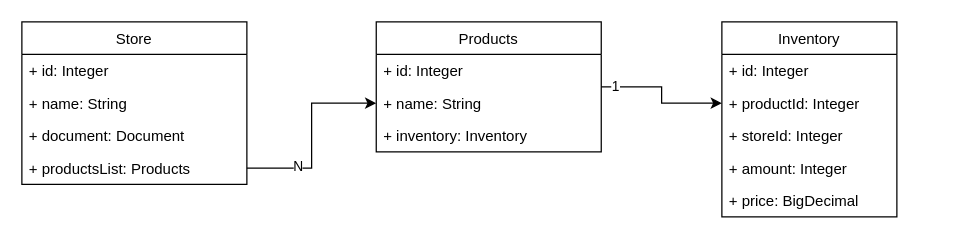
This is uml-diagram/csv-loader-class-diagram.drawio from LeoManzini/CsvLoader, a draw.io file, before an edit. Source tidied: cells renumbered, new cells numbered last; positions are measured from the earlier drawing's top-left corner, leaving out a move shared by most shapes. Both pictures are drawn from the tidied source at 125%, with x=0, y=0 at pixel (21, 21).
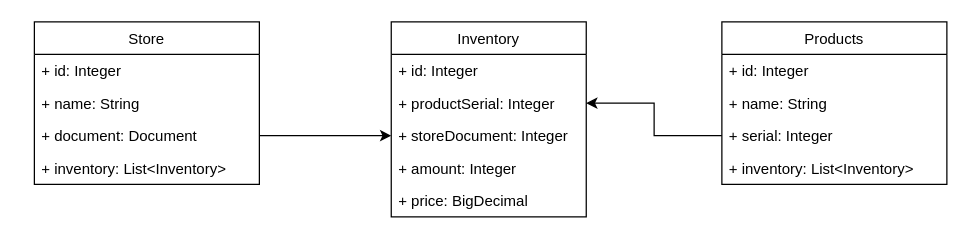
After the change.

The change refers to these unchanged cells:
```xml
<mxCell id="11" value="+ document: Document" style="text;strokeColor=none;fillColor=none;align=left;verticalAlign=top;spacingLeft=4;spacingRight=4;overflow=hidden;points=[[0,0.5],[1,0.5]];portConstraint=eastwest;" parent="8" vertex="1">
  <mxGeometry y="78" width="180" height="26" as="geometry" />
</mxCell>
<mxCell id="17" value="+ name: String" style="text;strokeColor=none;fillColor=none;align=left;verticalAlign=top;spacingLeft=4;spacingRight=4;overflow=hidden;points=[[0,0.5],[1,0.5]];portConstraint=eastwest;" parent="15" vertex="1">
  <mxGeometry y="52" width="180" height="26" as="geometry" />
</mxCell>
```

Diff of the diagram source:
```diff
@@
     <mxCell id="2" value="Inventory" style="swimlane;fontStyle=0;horizontal=1;startSize=26;fillColor=none;" parent="1" vertex="1">
-      <mxGeometry x="560" width="140" height="156" as="geometry" />
+      <mxGeometry x="295.5" width="156" height="156" as="geometry" />
     </mxCell>
     <mxCell id="3" value="+ id: Integer" style="text;strokeColor=none;fillColor=none;align=left;verticalAlign=top;spacingLeft=4;spacingRight=4;overflow=hidden;" parent="2" vertex="1">
-      <mxGeometry y="26" width="140" height="26" as="geometry" />
+      <mxGeometry y="26" width="156" height="26" as="geometry" />
     </mxCell>
-    <mxCell id="4" value="+ productId: Integer" style="text;strokeColor=none;fillColor=none;align=left;verticalAlign=top;spacingLeft=4;spacingRight=4;overflow=hidden;points=[[0,0.5],[1,0.5]];portConstraint=eastwest;" parent="2" vertex="1">
-      <mxGeometry y="52" width="140" height="26" as="geometry" />
+    <mxCell id="4" value="+ productSerial: Integer" style="text;strokeColor=none;fillColor=none;align=left;verticalAlign=top;spacingLeft=4;spacingRight=4;overflow=hidden;points=[[0,0.5],[1,0.5]];portConstraint=eastwest;" parent="2" vertex="1">
+      <mxGeometry y="52" width="156" height="26" as="geometry" />
     </mxCell>
-    <mxCell id="5" value="+ storeId: Integer" style="text;strokeColor=none;fillColor=none;align=left;verticalAlign=top;spacingLeft=4;spacingRight=4;overflow=hidden;points=[[0,0.5],[1,0.5]];portConstraint=eastwest;" parent="2" vertex="1">
-      <mxGeometry y="78" width="140" height="26" as="geometry" />
+    <mxCell id="5" value="+ storeDocument: Integer" style="text;strokeColor=none;fillColor=none;align=left;verticalAlign=top;spacingLeft=4;spacingRight=4;overflow=hidden;points=[[0,0.5],[1,0.5]];portConstraint=eastwest;" parent="2" vertex="1">
+      <mxGeometry y="78" width="156" height="26" as="geometry" />
     </mxCell>
     <mxCell id="6" value="+ amount: Integer" style="text;strokeColor=none;fillColor=none;align=left;verticalAlign=top;spacingLeft=4;spacingRight=4;overflow=hidden;" parent="2" vertex="1">
-      <mxGeometry y="104" width="140" height="26" as="geometry" />
+      <mxGeometry y="104" width="156" height="26" as="geometry" />
     </mxCell>
     <mxCell id="7" value="+ price: BigDecimal" style="text;strokeColor=none;fillColor=none;align=left;verticalAlign=top;spacingLeft=4;spacingRight=4;overflow=hidden;" parent="2" vertex="1">
-      <mxGeometry y="130" width="140" height="26" as="geometry" />
+      <mxGeometry y="130" width="156" height="26" as="geometry" />
     </mxCell>
     <mxCell id="8" value="Store" style="swimlane;fontStyle=0;horizontal=1;startSize=26;fillColor=none;" parent="1" vertex="1">
-      <mxGeometry width="180" height="130" as="geometry" />
+      <mxGeometry x="10" width="180" height="130" as="geometry" />
     </mxCell>
@@
-    <mxCell id="12" value="+ productsList: Products" style="text;strokeColor=none;fillColor=none;align=left;verticalAlign=top;spacingLeft=4;spacingRight=4;overflow=hidden;points=[[0,0.5],[1,0.5]];portConstraint=eastwest;" parent="8" vertex="1">
+    <mxCell id="12" value="+ inventory: List&lt;Inventory&gt;" style="text;strokeColor=none;fillColor=none;align=left;verticalAlign=top;spacingLeft=4;spacingRight=4;overflow=hidden;points=[[0,0.5],[1,0.5]];portConstraint=eastwest;" parent="8" vertex="1">
       <mxGeometry y="104" width="180" height="26" as="geometry" />
     </mxCell>
-    <mxCell id="13" style="edgeStyle=orthogonalEdgeStyle;rounded=0;jettySize=auto;html=1;entryX=0;entryY=0.5;entryDx=0;entryDy=0;" parent="1" edge="1" source="15" target="4">
-      <mxGeometry relative="1" as="geometry" />
-    </mxCell>
-    <mxCell id="14" value="1" style="edgeLabel;html=1;align=center;verticalAlign=middle;" parent="13" vertex="1">
-      <mxGeometry x="-0.79" y="1" relative="1" as="geometry" />
-    </mxCell>
     <mxCell id="15" value="Products" style="swimlane;fontStyle=0;horizontal=1;startSize=26;fillColor=none;" parent="1" vertex="1">
-      <mxGeometry x="283.5" width="180" height="104" as="geometry" />
+      <mxGeometry x="560" width="180" height="130" as="geometry" />
     </mxCell>
@@
+    <mxCell id="21" value="+ serial: Integer" style="text;strokeColor=none;fillColor=none;align=left;verticalAlign=top;spacingLeft=4;spacingRight=4;overflow=hidden;points=[[0,0.5],[1,0.5]];portConstraint=eastwest;" parent="15" vertex="1">
+      <mxGeometry y="78" width="180" height="26" as="geometry" />
+    </mxCell>
-    <mxCell id="18" value="+ inventory: Inventory" style="text;strokeColor=none;fillColor=none;align=left;verticalAlign=top;spacingLeft=4;spacingRight=4;overflow=hidden;" parent="15" vertex="1">
-      <mxGeometry y="78" width="180" height="26" as="geometry" />
+    <mxCell id="18" value="+ inventory: List&lt;Inventory&gt;" style="text;strokeColor=none;fillColor=none;align=left;verticalAlign=top;spacingLeft=4;spacingRight=4;overflow=hidden;" parent="15" vertex="1">
+      <mxGeometry y="104" width="180" height="26" as="geometry" />
     </mxCell>
-    <mxCell id="19" style="edgeStyle=orthogonalEdgeStyle;rounded=0;jettySize=auto;html=1;entryX=0;entryY=0.5;entryDx=0;entryDy=0;" parent="1" edge="1" source="12" target="17">
-      <mxGeometry relative="1" as="geometry" />
-    </mxCell>
-    <mxCell id="20" value="N" style="edgeLabel;html=1;align=center;verticalAlign=middle;" parent="19" vertex="1">
-      <mxGeometry x="-0.49" y="2" relative="1" as="geometry" />
-    </mxCell>
+    <mxCell id="22" style="edgeStyle=orthogonalEdgeStyle;rounded=0;jettySize=auto;html=1;exitX=1;exitY=0.5;exitDx=0;exitDy=0;entryX=0;entryY=0.5;entryDx=0;entryDy=0;" parent="1" edge="1" source="11" target="5">
+      <mxGeometry relative="1" as="geometry" />
+    </mxCell>
+    <mxCell id="23" style="edgeStyle=orthogonalEdgeStyle;rounded=0;jettySize=auto;html=1;exitX=0;exitY=0.5;exitDx=0;exitDy=0;entryX=1;entryY=0.5;entryDx=0;entryDy=0;" parent="1" edge="1" source="21" target="4">
+      <mxGeometry relative="1" as="geometry" />
+    </mxCell>
```
